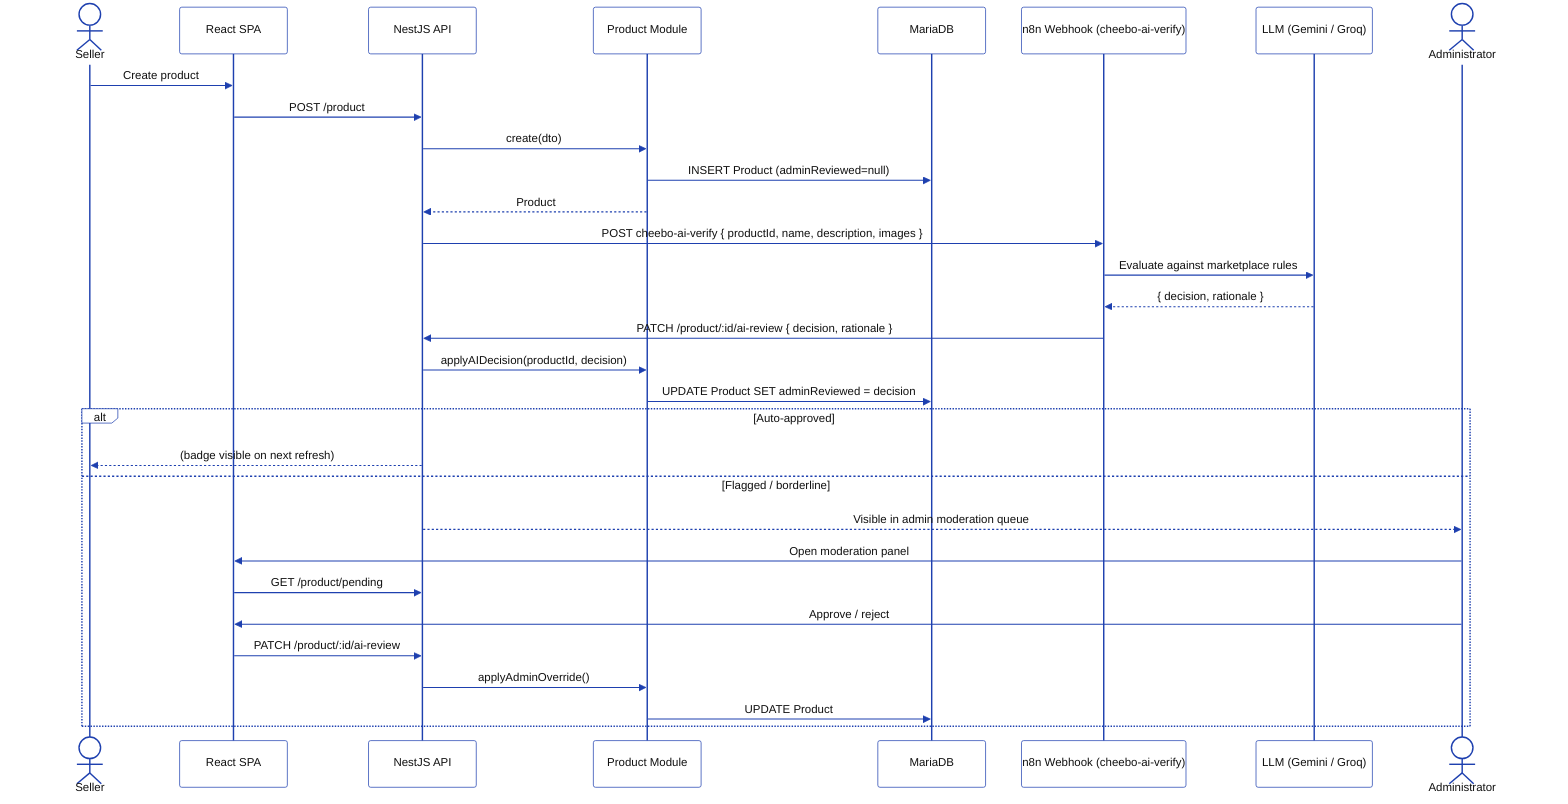
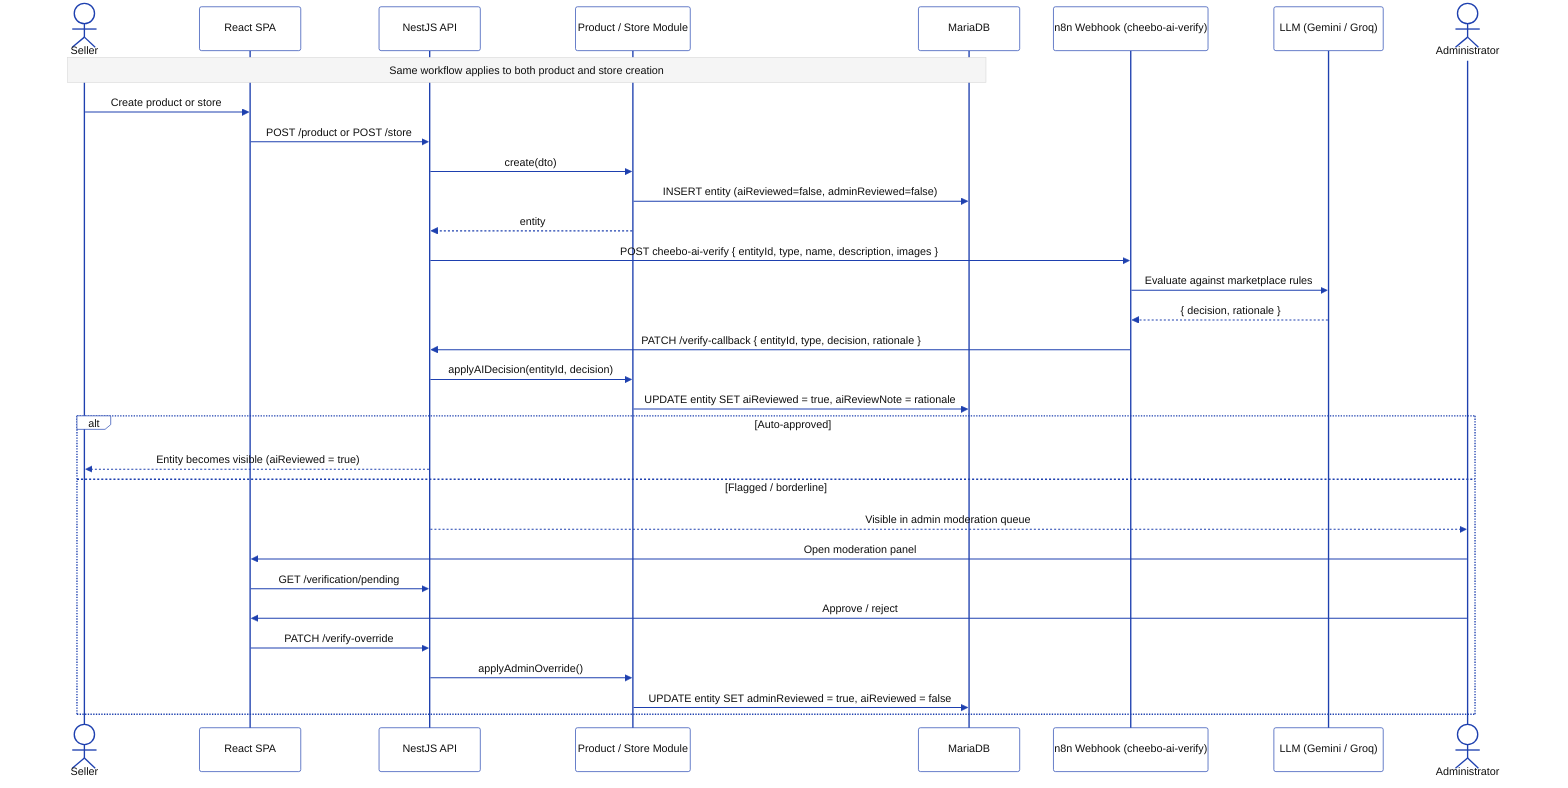
%%{init: {'theme':'base','themeVariables':{'primaryColor':'#F5F5F5','primaryBorderColor':'#1E40AF','primaryTextColor':'#111111','lineColor':'#1E40AF','actorBkg':'#FFFFFF','actorBorder':'#1E40AF','actorTextColor':'#111111','signalColor':'#1E40AF','signalTextColor':'#111111','noteBkgColor':'#F5F5F5','noteTextColor':'#111111','fontFamily':'Helvetica'}}}%%
sequenceDiagram
    actor S as Seller
    participant FE as React SPA
    participant BE as NestJS API
-     participant PM as Product Module
+     participant PM as Product / Store Module
    participant DB as MariaDB
    participant N8N as n8n Webhook (cheebo-ai-verify)
    participant LLM as LLM (Gemini / Groq)
    actor A as Administrator

-     S->>FE: Create product
-     FE->>BE: POST /product
+     Note over S,DB: Same workflow applies to both product and store creation
+     S->>FE: Create product or store
+     FE->>BE: POST /product or POST /store
    BE->>PM: create(dto)
-     PM->>DB: INSERT Product (adminReviewed=null)
-     PM-->>BE: Product
-     BE->>N8N: POST cheebo-ai-verify { productId, name, description, images }
+     PM->>DB: INSERT entity (aiReviewed=false, adminReviewed=false)
+     PM-->>BE: entity
+     BE->>N8N: POST cheebo-ai-verify { entityId, type, name, description, images }

    N8N->>LLM: Evaluate against marketplace rules
    LLM-->>N8N: { decision, rationale }
-     N8N->>BE: PATCH /product/:id/ai-review { decision, rationale }
-     BE->>PM: applyAIDecision(productId, decision)
-     PM->>DB: UPDATE Product SET adminReviewed = decision
+     N8N->>BE: PATCH /verify-callback { entityId, type, decision, rationale }
+     BE->>PM: applyAIDecision(entityId, decision)
+     PM->>DB: UPDATE entity SET aiReviewed = true, aiReviewNote = rationale

    alt Auto-approved
-       BE-->>S: (badge visible on next refresh)
+       BE-->>S: Entity becomes visible (aiReviewed = true)
    else Flagged / borderline
      BE-->>A: Visible in admin moderation queue
      A->>FE: Open moderation panel
-       FE->>BE: GET /product/pending
+       FE->>BE: GET /verification/pending
      A->>FE: Approve / reject
-       FE->>BE: PATCH /product/:id/ai-review
+       FE->>BE: PATCH /verify-override
      BE->>PM: applyAdminOverride()
-       PM->>DB: UPDATE Product
+       PM->>DB: UPDATE entity SET adminReviewed = true, aiReviewed = false
    end
